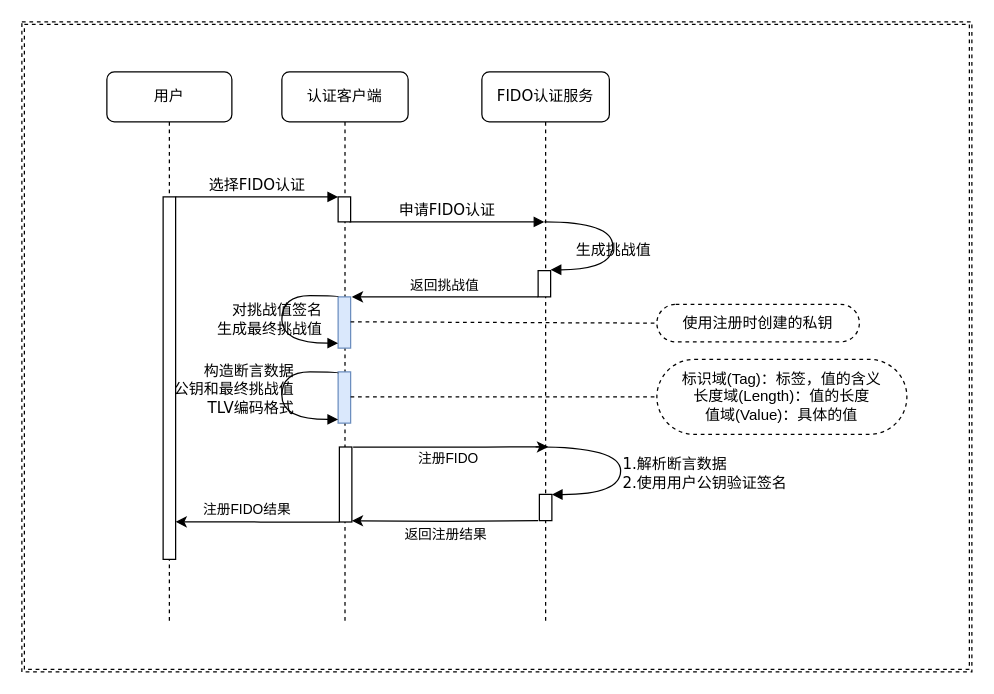
Earlier version of the draw.io diagram 未命名绘图.drawio (mobof/Koal). Source tidied: cells renumbered, new cells numbered last; positions are measured from the earlier drawing's top-left corner, leaving out a move shared by most shapes. Both pictures are drawn from the tidied source at 125%, with x=0, y=0 at pixel (21, 21).
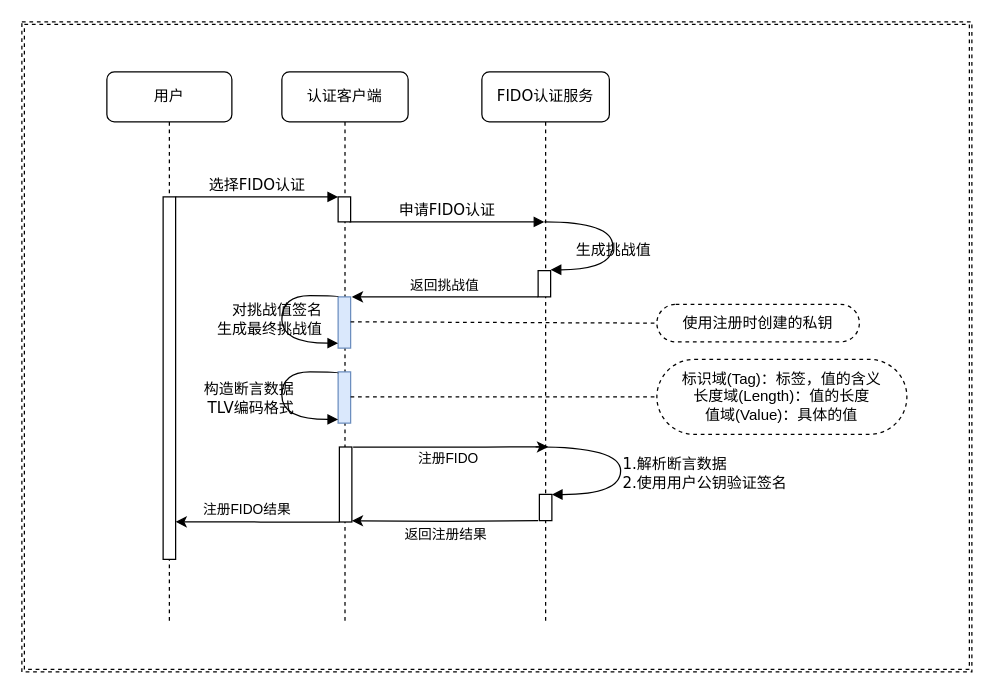
The same page after the edit.

Unchanged cells that the change refers to:
```xml
<mxCell id="3" value="认证客户端" style="shape=umlLifeline;perimeter=lifelinePerimeter;whiteSpace=wrap;html=1;rounded=1;shadow=0;comic=0;labelBackgroundColor=none;strokeWidth=1;fontFamily=Verdana;fontSize=12;align=center;" parent="1" vertex="1">
  <mxGeometry x="208" y="40" width="101" height="440" as="geometry" />
</mxCell>
```

Diff of the diagram source:
```diff
@@
-    <mxCell id="7" value="&lt;div&gt;构造断言数据&lt;br&gt;&lt;/div&gt;&lt;div&gt;公钥和最终挑战值&lt;/div&gt;&lt;div&gt;TLV编码格式&lt;/div&gt;" style="html=1;verticalAlign=bottom;endArrow=block;labelBackgroundColor=none;fontFamily=Verdana;fontSize=12;elbow=vertical;edgeStyle=orthogonalEdgeStyle;curved=1;entryX=1;entryY=0.286;entryPerimeter=0;exitX=0;exitY=0.056;exitPerimeter=0;exitDx=0;exitDy=0;align=right;" parent="3" edge="1">
+    <mxCell id="7" value="&lt;div&gt;构造断言数据&lt;/div&gt;&lt;div&gt;TLV编码格式&lt;/div&gt;" style="html=1;verticalAlign=bottom;endArrow=block;labelBackgroundColor=none;fontFamily=Verdana;fontSize=12;elbow=vertical;edgeStyle=orthogonalEdgeStyle;curved=1;entryX=1;entryY=0.286;entryPerimeter=0;exitX=0;exitY=0.056;exitPerimeter=0;exitDx=0;exitDy=0;align=right;" parent="3" edge="1">
       <mxGeometry x="0.48" relative="1" as="geometry">
         <mxPoint x="45" y="241" as="sourcePoint" />
         <mxPoint x="45" y="278" as="targetPoint" />
         <Array as="points">
           <mxPoint x="45" y="240" />
           <mxPoint y="240" />
           <mxPoint y="278" />
         </Array>
       </mxGeometry>
     </mxCell>
```
